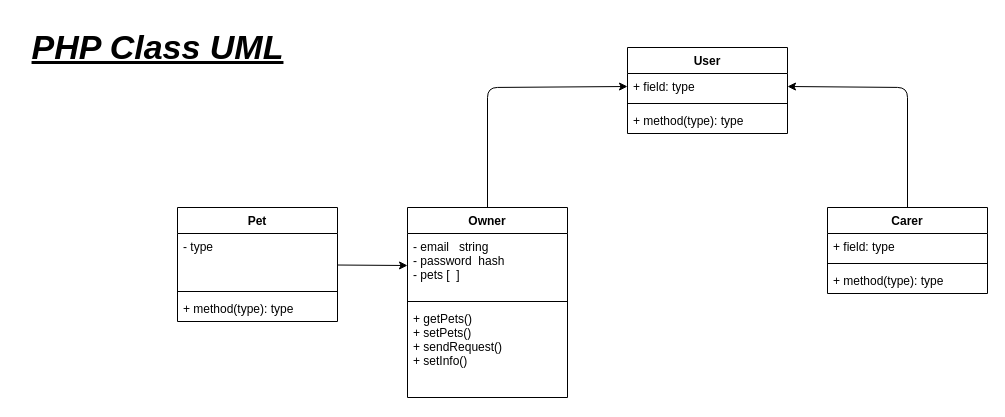
iagogonzalezborines/MascoTier_Project keeps this draw.io diagram as Docs/Web/Backend/classPHP.drawio. Above is the earlier version. Source tidied: cells renumbered, new cells numbered last; positions are measured from the earlier drawing's top-left corner, leaving out a move shared by most shapes. Both pictures are drawn from the tidied source at 100%, with x=0, y=0 at pixel (17, 17).
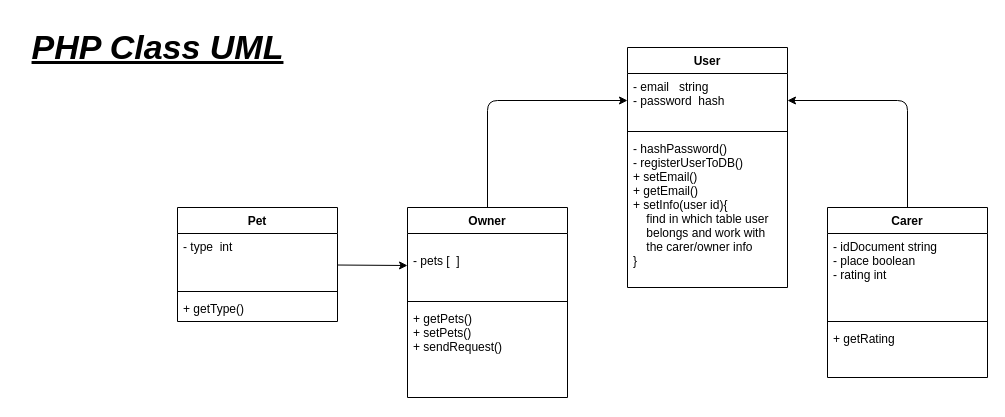
After the change.

The change refers to these unchanged cells:
```xml
<mxCell id="3" value="Owner" style="swimlane;fontStyle=1;align=center;verticalAlign=top;horizontal=1;startSize=26;" parent="1" vertex="1">
  <mxGeometry x="390" y="190" width="160" height="190" as="geometry" />
</mxCell>
<mxCell id="17" value="Pet" style="swimlane;fontStyle=1;align=center;verticalAlign=top;horizontal=1;startSize=26;" parent="1" vertex="1">
  <mxGeometry x="160" y="190" width="160" height="114" as="geometry" />
</mxCell>
```

What changed in the source:
```diff
@@
     <mxCell id="2" style="edgeStyle=none;html=1;exitX=0.5;exitY=0;exitDx=0;exitDy=0;entryX=0;entryY=0.5;entryDx=0;entryDy=0;" parent="1" edge="1" source="3" target="8">
       <mxGeometry relative="1" as="geometry">
         <Array as="points">
-          <mxPoint x="470" y="70" />
+          <mxPoint x="470" y="83" />
         </Array>
       </mxGeometry>
     </mxCell>
@@
-    <mxCell id="4" value="- email   string&#10;- password  hash&#10;- pets [  ]" style="text;strokeColor=none;fillColor=none;align=left;verticalAlign=top;spacingLeft=4;spacingRight=4;overflow=hidden;points=[[0,0.5],[1,0.5]];portConstraint=eastwest;" parent="3" vertex="1">
+    <mxCell id="4" value="&#10;- pets [  ]" style="text;strokeColor=none;fillColor=none;align=left;verticalAlign=top;spacingLeft=4;spacingRight=4;overflow=hidden;points=[[0,0.5],[1,0.5]];portConstraint=eastwest;" parent="3" vertex="1">
       <mxGeometry y="26" width="160" height="64" as="geometry" />
     </mxCell>
@@
-    <mxCell id="6" value="+ getPets()&#10;+ setPets()&#10;+ sendRequest()&#10;+ setInfo()&#10;&#10;" style="text;strokeColor=none;fillColor=none;align=left;verticalAlign=top;spacingLeft=4;spacingRight=4;overflow=hidden;" parent="3" vertex="1">
+    <mxCell id="6" value="+ getPets()&#10;+ setPets()&#10;+ sendRequest()&#10;&#10;" style="text;strokeColor=none;fillColor=none;align=left;verticalAlign=top;spacingLeft=4;spacingRight=4;overflow=hidden;" parent="3" vertex="1">
       <mxGeometry y="98" width="160" height="92" as="geometry" />
     </mxCell>
     <mxCell id="7" value="User" style="swimlane;fontStyle=1;align=center;verticalAlign=top;horizontal=1;startSize=26;" parent="1" vertex="1">
-      <mxGeometry x="610" y="30" width="160" height="86" as="geometry" />
+      <mxGeometry x="610" y="30" width="160" height="240" as="geometry" />
     </mxCell>
-    <mxCell id="8" value="+ field: type" style="text;strokeColor=none;fillColor=none;align=left;verticalAlign=top;spacingLeft=4;spacingRight=4;overflow=hidden;points=[[0,0.5],[1,0.5]];portConstraint=eastwest;" parent="7" vertex="1">
-      <mxGeometry y="26" width="160" height="26" as="geometry" />
+    <mxCell id="8" value="- email   string&#10;- password  hash" style="text;strokeColor=none;fillColor=none;align=left;verticalAlign=top;spacingLeft=4;spacingRight=4;overflow=hidden;points=[[0,0.5],[1,0.5]];portConstraint=eastwest;" parent="7" vertex="1">
+      <mxGeometry y="26" width="160" height="54" as="geometry" />
     </mxCell>
     <mxCell id="9" style="line;strokeWidth=1;fillColor=none;align=left;verticalAlign=middle;spacingTop=-1;spacingLeft=3;spacingRight=3;labelPosition=right;strokeColor=inherit;" parent="7" vertex="1">
-      <mxGeometry y="52" width="160" height="8" as="geometry" />
+      <mxGeometry y="80" width="160" height="8" as="geometry" />
     </mxCell>
-    <mxCell id="10" value="+ method(type): type" style="text;strokeColor=none;fillColor=none;align=left;verticalAlign=top;spacingLeft=4;spacingRight=4;overflow=hidden;" parent="7" vertex="1">
-      <mxGeometry y="60" width="160" height="26" as="geometry" />
+    <mxCell id="10" value="- hashPassword()&#10;- registerUserToDB()&#10;+ setEmail()&#10;+ getEmail()&#10;+ setInfo(user id){&#10;    find in which table user &#10;    belongs and work with&#10;    the carer/owner info&#10;}&#10;" style="text;strokeColor=none;fillColor=none;align=left;verticalAlign=top;spacingLeft=4;spacingRight=4;overflow=hidden;" parent="7" vertex="1">
+      <mxGeometry y="88" width="160" height="152" as="geometry" />
     </mxCell>
     <mxCell id="11" style="edgeStyle=none;html=1;exitX=0.5;exitY=0;exitDx=0;exitDy=0;entryX=1;entryY=0.5;entryDx=0;entryDy=0;rounded=1;" parent="1" edge="1" source="12" target="8">
       <mxGeometry relative="1" as="geometry">
         <Array as="points">
-          <mxPoint x="890" y="70" />
+          <mxPoint x="890" y="83" />
         </Array>
       </mxGeometry>
     </mxCell>
     <mxCell id="12" value="Carer" style="swimlane;fontStyle=1;align=center;verticalAlign=top;horizontal=1;startSize=26;" parent="1" vertex="1">
-      <mxGeometry x="810" y="190" width="160" height="86" as="geometry" />
+      <mxGeometry x="810" y="190" width="160" height="170" as="geometry" />
     </mxCell>
-    <mxCell id="13" value="+ field: type" style="text;strokeColor=none;fillColor=none;align=left;verticalAlign=top;spacingLeft=4;spacingRight=4;overflow=hidden;" parent="12" vertex="1">
-      <mxGeometry y="26" width="160" height="26" as="geometry" />
+    <mxCell id="13" value="- idDocument string&#10;- place boolean&#10;- rating int&#10;" style="text;strokeColor=none;fillColor=none;align=left;verticalAlign=top;spacingLeft=4;spacingRight=4;overflow=hidden;" parent="12" vertex="1">
+      <mxGeometry y="26" width="160" height="84" as="geometry" />
     </mxCell>
     <mxCell id="14" style="line;strokeWidth=1;fillColor=none;align=left;verticalAlign=middle;spacingTop=-1;spacingLeft=3;spacingRight=3;labelPosition=right;strokeColor=inherit;" parent="12" vertex="1">
-      <mxGeometry y="52" width="160" height="8" as="geometry" />
+      <mxGeometry y="110" width="160" height="8" as="geometry" />
     </mxCell>
-    <mxCell id="15" value="+ method(type): type" style="text;strokeColor=none;fillColor=none;align=left;verticalAlign=top;spacingLeft=4;spacingRight=4;overflow=hidden;" parent="12" vertex="1">
-      <mxGeometry y="60" width="160" height="26" as="geometry" />
+    <mxCell id="15" value="+ getRating" style="text;strokeColor=none;fillColor=none;align=left;verticalAlign=top;spacingLeft=4;spacingRight=4;overflow=hidden;" parent="12" vertex="1">
+      <mxGeometry y="118" width="160" height="52" as="geometry" />
     </mxCell>
@@
-    <mxCell id="18" value="- type " style="text;strokeColor=none;fillColor=none;align=left;verticalAlign=top;spacingLeft=4;spacingRight=4;overflow=hidden;" parent="17" vertex="1">
+    <mxCell id="18" value="- type  int" style="text;strokeColor=none;fillColor=none;align=left;verticalAlign=top;spacingLeft=4;spacingRight=4;overflow=hidden;" parent="17" vertex="1">
       <mxGeometry y="26" width="160" height="54" as="geometry" />
     </mxCell>
@@
-    <mxCell id="20" value="+ method(type): type" style="text;strokeColor=none;fillColor=none;align=left;verticalAlign=top;spacingLeft=4;spacingRight=4;overflow=hidden;" parent="17" vertex="1">
+    <mxCell id="20" value="+ getType()" style="text;strokeColor=none;fillColor=none;align=left;verticalAlign=top;spacingLeft=4;spacingRight=4;overflow=hidden;" parent="17" vertex="1">
       <mxGeometry y="88" width="160" height="26" as="geometry" />
     </mxCell>
```
